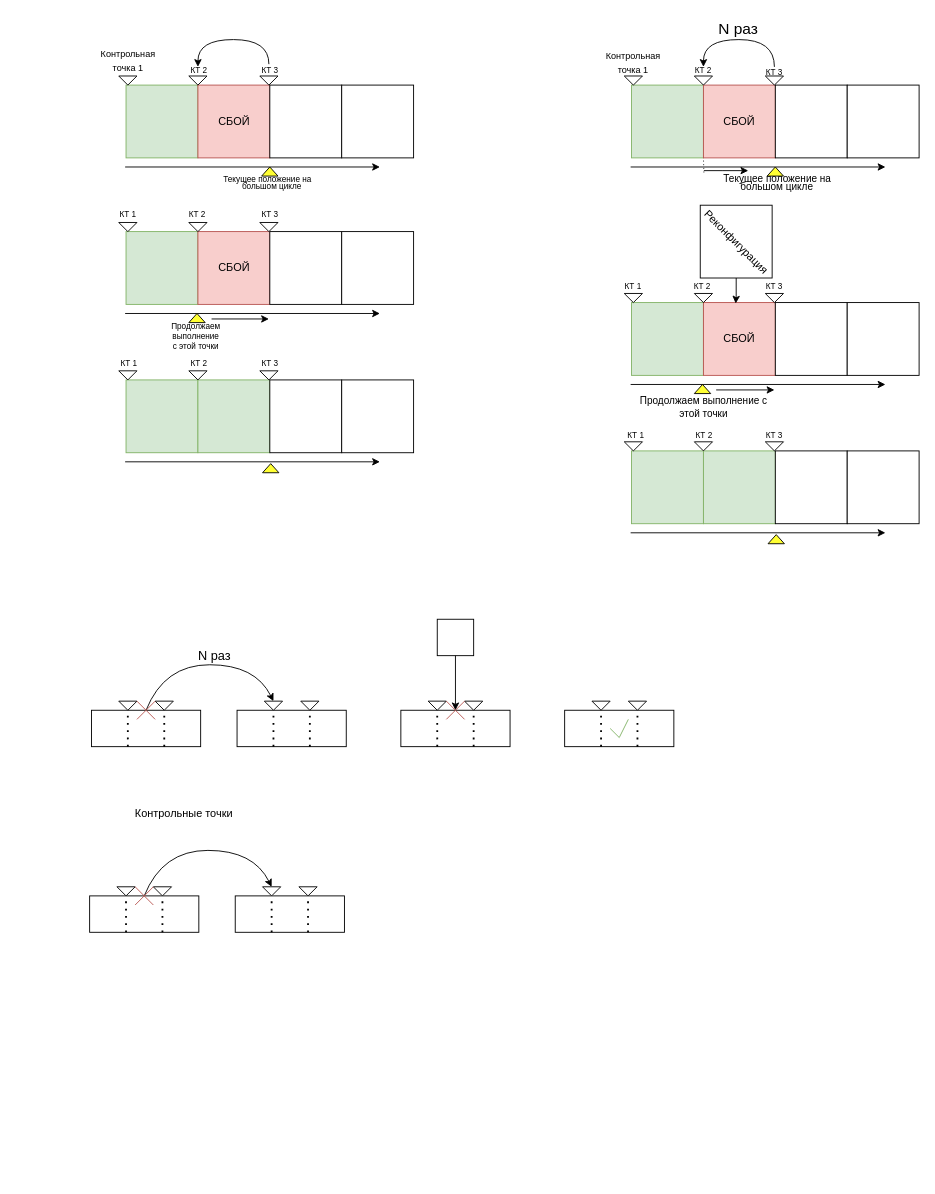
Above: graphs/checkpoint Diagram.drawio in Ushuaya/VMK (draw.io), before the change. Source tidied: cells renumbered, new cells numbered last; positions are measured from the earlier drawing's top-left corner, leaving out a move shared by most shapes. Both pictures are drawn from the tidied source at 91%, with x=0, y=0 at pixel (89, 15).
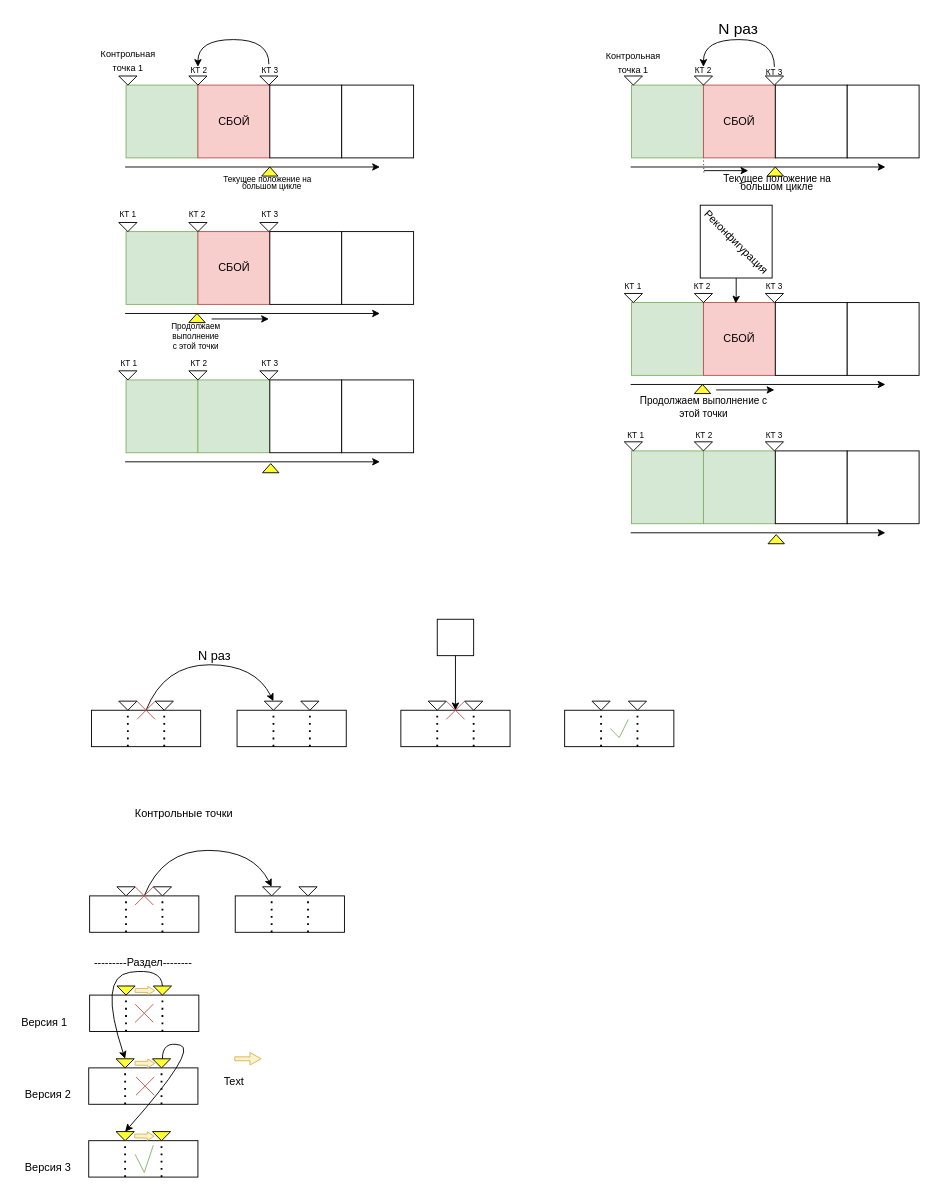
After the change.

What changed in the source:
```diff
@@
+    <mxCell id="138" style="rounded=0;whiteSpace=wrap;html=1;gradientColor=none;gradientDirection=west;" parent="1" vertex="1">
+      <mxGeometry y="1076" width="120" height="40" as="geometry" />
+    </mxCell>
+    <mxCell id="139" style="endArrow=none;dashed=1;html=1;dashPattern=1 3;strokeWidth=2;rounded=0;entryX=0.333;entryY=0;entryDx=0;entryDy=0;entryPerimeter=0;" parent="1" edge="1" target="138">
+      <mxGeometry relative="1" as="geometry">
+        <mxPoint x="40" y="1116" as="sourcePoint" />
+      </mxGeometry>
+    </mxCell>
+    <mxCell id="140" style="endArrow=none;dashed=1;html=1;dashPattern=1 3;strokeWidth=2;rounded=0;" parent="1" edge="1">
+      <mxGeometry relative="1" as="geometry">
+        <mxPoint x="80" y="1116" as="sourcePoint" />
+        <mxPoint x="80" y="1076" as="targetPoint" />
+      </mxGeometry>
+    </mxCell>
+    <mxCell id="141" style="triangle;whiteSpace=wrap;html=1;direction=south;fillColor=#FFFF33;" parent="1" vertex="1">
+      <mxGeometry x="30" y="1066" width="20" height="10" as="geometry" />
+    </mxCell>
+    <mxCell id="142" style="triangle;whiteSpace=wrap;html=1;direction=south;fillColor=#FFFF33;" parent="1" vertex="1">
+      <mxGeometry x="70" y="1066" width="20" height="10" as="geometry" />
+    </mxCell>
+    <mxCell id="143" style="rounded=0;whiteSpace=wrap;html=1;" parent="1" vertex="1">
+      <mxGeometry x="-1" y="1156" width="120" height="40" as="geometry" />
+    </mxCell>
+    <mxCell id="144" style="endArrow=none;dashed=1;html=1;dashPattern=1 3;strokeWidth=2;rounded=0;entryX=0.333;entryY=0;entryDx=0;entryDy=0;entryPerimeter=0;" parent="1" edge="1">
+      <mxGeometry relative="1" as="geometry">
+        <mxPoint x="39" y="1196" as="sourcePoint" />
+        <mxPoint x="39" y="1156" as="targetPoint" />
+      </mxGeometry>
+    </mxCell>
+    <mxCell id="145" style="endArrow=none;dashed=1;html=1;dashPattern=1 3;strokeWidth=2;rounded=0;entryX=0.333;entryY=0;entryDx=0;entryDy=0;entryPerimeter=0;" parent="1" edge="1">
+      <mxGeometry relative="1" as="geometry">
+        <mxPoint x="79" y="1196" as="sourcePoint" />
+        <mxPoint x="79" y="1156" as="targetPoint" />
+      </mxGeometry>
+    </mxCell>
+    <mxCell id="146" style="triangle;whiteSpace=wrap;html=1;direction=south;fillColor=#FFFF33;" parent="1" vertex="1">
+      <mxGeometry x="29" y="1146" width="20" height="10" as="geometry" />
+    </mxCell>
+    <mxCell id="147" style="triangle;whiteSpace=wrap;html=1;direction=south;fillColor=#FFFF33;" parent="1" vertex="1">
+      <mxGeometry x="69" y="1146" width="20" height="10" as="geometry" />
+    </mxCell>
+    <mxCell id="148" style="curved=1;endArrow=classic;html=1;rounded=0;entryX=0;entryY=0.5;entryDx=0;entryDy=0;exitX=0;exitY=0.5;exitDx=0;exitDy=0;" parent="1" edge="1" source="142" target="146">
+      <mxGeometry relative="1" as="geometry">
+        <Array as="points">
+          <mxPoint x="79" y="1046" />
+          <mxPoint x="9" y="1056" />
+        </Array>
+      </mxGeometry>
+    </mxCell>
+    <mxCell id="149" style="endArrow=none;html=1;rounded=0;fillColor=#f8cecc;strokeColor=#b85450;" parent="1" edge="1">
+      <mxGeometry relative="1" as="geometry">
+        <mxPoint x="50" y="1086" as="sourcePoint" />
+        <mxPoint x="70" y="1106" as="targetPoint" />
+        <Array as="points">
+          <mxPoint x="60" y="1096" />
+        </Array>
+      </mxGeometry>
+    </mxCell>
+    <mxCell id="150" style="endArrow=none;html=1;rounded=0;fillColor=#f8cecc;strokeColor=#b85450;" parent="1" edge="1">
+      <mxGeometry relative="1" as="geometry">
+        <mxPoint x="50" y="1106" as="sourcePoint" />
+        <mxPoint x="70" y="1086" as="targetPoint" />
+      </mxGeometry>
+    </mxCell>
+    <mxCell id="151" style="endArrow=none;html=1;rounded=0;fillColor=#f8cecc;strokeColor=#b85450;" parent="1" edge="1">
+      <mxGeometry relative="1" as="geometry">
+        <mxPoint x="51" y="1166" as="sourcePoint" />
+        <mxPoint x="71" y="1186" as="targetPoint" />
+        <Array as="points">
+          <mxPoint x="61" y="1176" />
+        </Array>
+      </mxGeometry>
+    </mxCell>
+    <mxCell id="152" style="endArrow=none;html=1;rounded=0;fillColor=#f8cecc;strokeColor=#b85450;" parent="1" edge="1">
+      <mxGeometry relative="1" as="geometry">
+        <mxPoint x="51" y="1186" as="sourcePoint" />
+        <mxPoint x="71" y="1166" as="targetPoint" />
+      </mxGeometry>
+    </mxCell>
+    <mxCell id="153" style="rounded=0;whiteSpace=wrap;html=1;" parent="1" vertex="1">
+      <mxGeometry x="-1" y="1236" width="120" height="40" as="geometry" />
+    </mxCell>
+    <mxCell id="154" style="endArrow=none;dashed=1;html=1;dashPattern=1 3;strokeWidth=2;rounded=0;entryX=0.333;entryY=0;entryDx=0;entryDy=0;entryPerimeter=0;" parent="1" edge="1" target="153">
+      <mxGeometry relative="1" as="geometry">
+        <mxPoint x="39" y="1276" as="sourcePoint" />
+      </mxGeometry>
+    </mxCell>
+    <mxCell id="155" style="endArrow=none;dashed=1;html=1;dashPattern=1 3;strokeWidth=2;rounded=0;" parent="1" edge="1">
+      <mxGeometry relative="1" as="geometry">
+        <mxPoint x="79" y="1276" as="sourcePoint" />
+        <mxPoint x="79" y="1236" as="targetPoint" />
+      </mxGeometry>
+    </mxCell>
+    <mxCell id="156" style="triangle;whiteSpace=wrap;html=1;direction=south;fillColor=#FFFF33;" parent="1" vertex="1">
+      <mxGeometry x="29" y="1226" width="20" height="10" as="geometry" />
+    </mxCell>
+    <mxCell id="157" style="triangle;whiteSpace=wrap;html=1;direction=south;fillColor=#FFFF33;" parent="1" vertex="1">
+      <mxGeometry x="69" y="1226" width="20" height="10" as="geometry" />
+    </mxCell>
+    <mxCell id="158" style="shape=flexArrow;endArrow=classic;html=1;rounded=0;endWidth=8.51063829787234;endSize=3.753191489361702;width=4.25531914893617;fillColor=#fff2cc;strokeColor=#d6b656;" parent="1" edge="1">
+      <mxGeometry relative="1" as="geometry">
+        <mxPoint x="159" y="1146" as="sourcePoint" />
+        <mxPoint x="189" y="1146" as="targetPoint" />
+      </mxGeometry>
+    </mxCell>
+    <mxCell id="159" style="shape=flexArrow;endArrow=classic;html=1;rounded=0;endWidth=4.246167924959963;endSize=2.1978494623655913;width=4.25531914893617;fillColor=#fff2cc;strokeColor=#d6b656;" parent="1" edge="1">
+      <mxGeometry relative="1" as="geometry">
+        <mxPoint x="49.5" y="1070.9" as="sourcePoint" />
+        <mxPoint x="72" y="1071.1" as="targetPoint" />
+      </mxGeometry>
+    </mxCell>
+    <mxCell id="160" style="shape=flexArrow;endArrow=classic;html=1;rounded=0;endWidth=4.246167924959963;endSize=2.1978494623655913;width=4.25531914893617;fillColor=#fff2cc;strokeColor=#d6b656;" parent="1" edge="1">
+      <mxGeometry relative="1" as="geometry">
+        <mxPoint x="49.5" y="1150.9" as="sourcePoint" />
+        <mxPoint x="72" y="1151.1" as="targetPoint" />
+      </mxGeometry>
+    </mxCell>
+    <mxCell id="161" style="shape=flexArrow;endArrow=classic;html=1;rounded=0;endWidth=4.246167924959963;endSize=2.1978494623655913;width=4.25531914893617;fillColor=#fff2cc;strokeColor=#d6b656;" parent="1" edge="1">
+      <mxGeometry relative="1" as="geometry">
+        <mxPoint x="49" y="1230.8" as="sourcePoint" />
+        <mxPoint x="71.5" y="1231.1" as="targetPoint" />
+      </mxGeometry>
+    </mxCell>
+    <mxCell id="162" style="curved=1;endArrow=classic;html=1;rounded=0;entryX=0;entryY=0.5;entryDx=0;entryDy=0;exitX=0;exitY=0.5;exitDx=0;exitDy=0;" parent="1" edge="1">
+      <mxGeometry relative="1" as="geometry">
+        <mxPoint x="80" y="1146" as="sourcePoint" />
+        <mxPoint x="39" y="1226" as="targetPoint" />
+        <Array as="points">
+          <mxPoint x="80" y="1126" />
+          <mxPoint x="119" y="1136" />
+        </Array>
+      </mxGeometry>
+    </mxCell>
+    <mxCell id="163" style="endArrow=none;html=1;rounded=0;fillColor=#d5e8d4;strokeColor=#82b366;" parent="1" edge="1">
+      <mxGeometry relative="1" as="geometry">
+        <mxPoint x="50" y="1251" as="sourcePoint" />
+        <mxPoint x="60" y="1271" as="targetPoint" />
+      </mxGeometry>
+    </mxCell>
+    <mxCell id="164" style="endArrow=none;html=1;rounded=0;fillColor=#d5e8d4;strokeColor=#82b366;" parent="1" edge="1">
+      <mxGeometry relative="1" as="geometry">
+        <mxPoint x="70" y="1241" as="sourcePoint" />
+        <mxPoint x="60" y="1271" as="targetPoint" />
+      </mxGeometry>
+    </mxCell>
+    <mxCell id="165" value="Версия 1" style="text;html=1;align=center;verticalAlign=middle;strokeColor=none;fillColor=none;" parent="1" vertex="1">
+      <mxGeometry x="-81" y="1098" width="61" height="18" as="geometry" />
+    </mxCell>
+    <mxCell id="166" value="Версия 2" style="text;html=1;align=center;verticalAlign=middle;strokeColor=none;fillColor=none;" parent="1" vertex="1">
+      <mxGeometry x="-81" y="1176" width="70" height="20" as="geometry" />
+    </mxCell>
+    <mxCell id="167" value="Версия 3" style="text;html=1;align=center;verticalAlign=middle;strokeColor=none;fillColor=none;" parent="1" vertex="1">
+      <mxGeometry x="-81" y="1256" width="70" height="20" as="geometry" />
+    </mxCell>
+    <mxCell id="168" value="Text" style="text;html=1;strokeColor=none;fillColor=none;align=center;verticalAlign=middle;whiteSpace=wrap;rounded=0;glass=1;sketch=1;" parent="1" vertex="1">
+      <mxGeometry x="129" y="1156" width="60" height="30" as="geometry" />
+    </mxCell>
+    <mxCell id="169" value="---------Раздел--------" style="text;html=1;strokeColor=none;fillColor=none;align=center;verticalAlign=middle;whiteSpace=wrap;rounded=0;glass=1;sketch=1;" parent="1" vertex="1">
+      <mxGeometry x="-1" y="1026" width="120" height="30" as="geometry" />
+    </mxCell>
```
